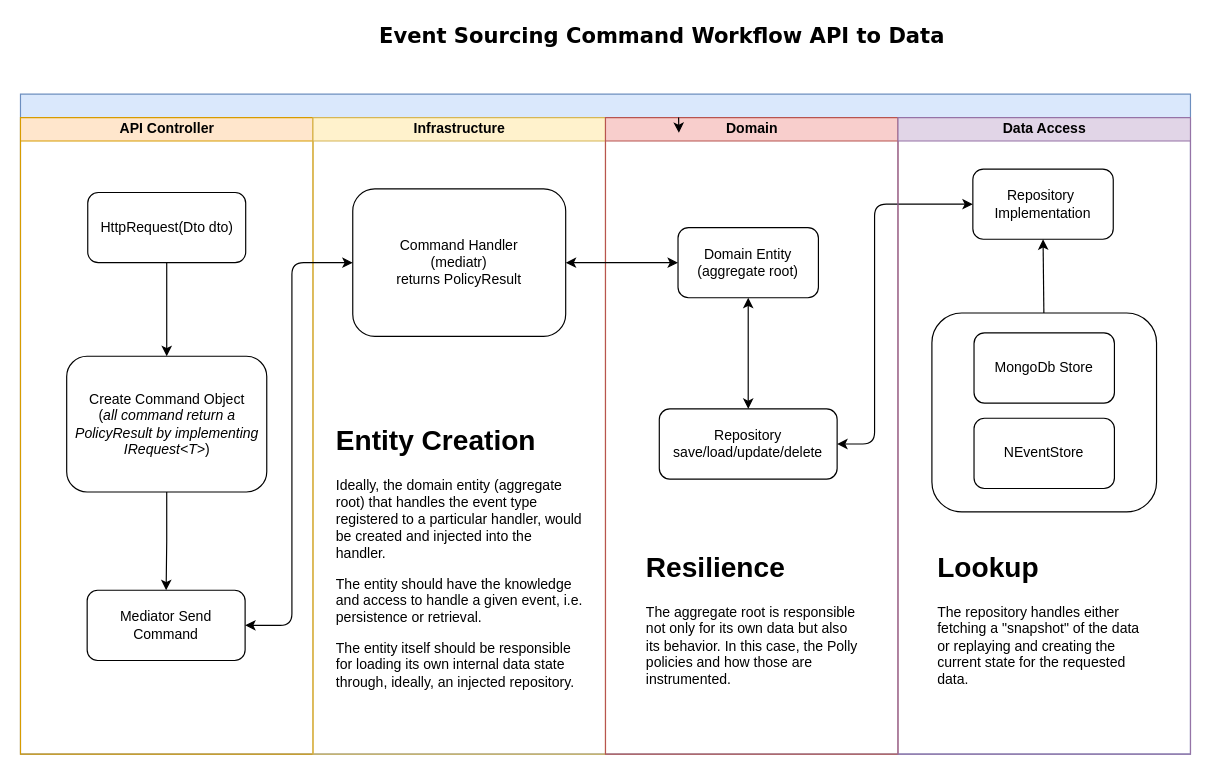
shoff/postmortem keeps this draw.io diagram as Documentation/post_mortem_command_flow_chart.drawio. Above is the earlier version. Source tidied: cells renumbered, new cells numbered last; positions are measured from the earlier drawing's top-left corner, leaving out a move shared by most shapes. Both pictures are drawn from the tidied source at 117%, with x=0, y=0 at pixel (20, 20).
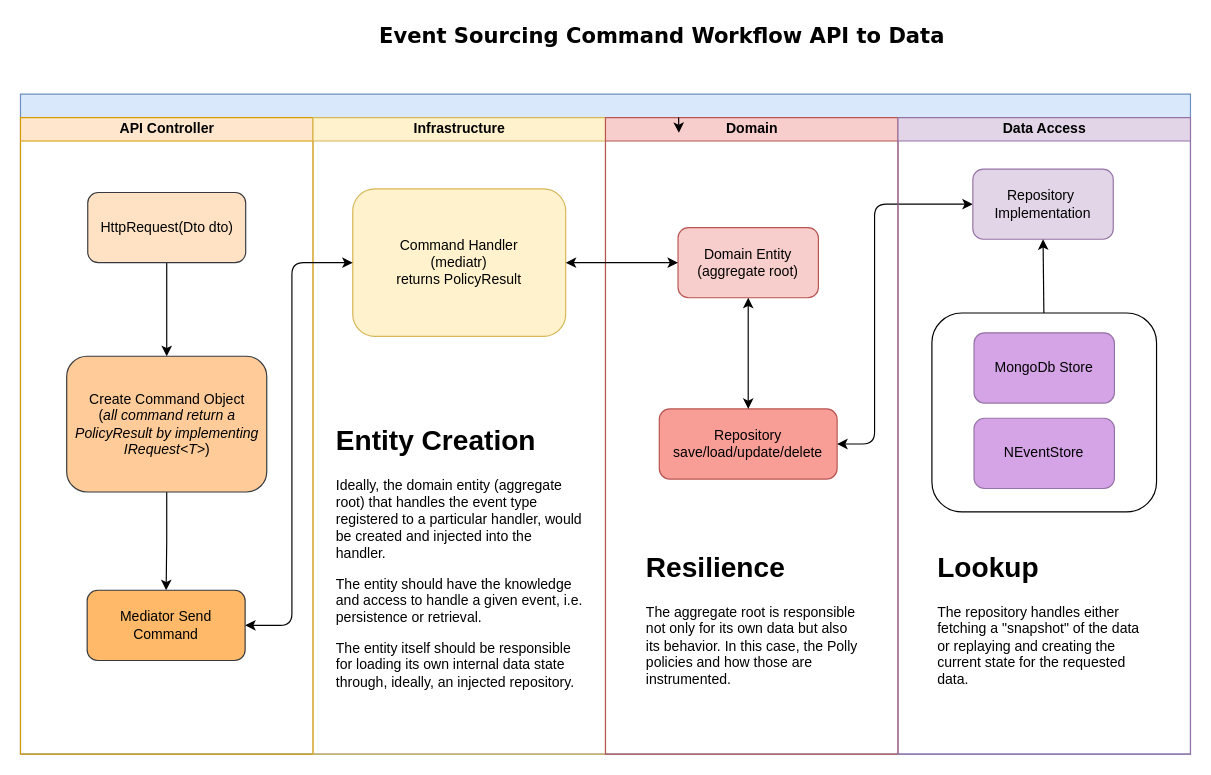
Above is the later version.

Commit message (it also covers changes not shown here):
Adding icons for the presentation and updating the query flow chart

Unchanged cells that the change refers to:
```xml
<mxCell id="3" value="API Controller" style="swimlane;html=1;startSize=20;fillColor=#ffe6cc;strokeColor=#d79b00;" parent="2" vertex="1">
  <mxGeometry y="20" width="250" height="544" as="geometry" />
</mxCell>
<mxCell id="9" value="Infrastructure" style="swimlane;html=1;startSize=20;fillColor=#fff2cc;strokeColor=#d6b656;" parent="2" vertex="1">
  <mxGeometry x="250" y="20" width="250" height="544" as="geometry" />
</mxCell>
<mxCell id="12" value="Domain" style="swimlane;html=1;startSize=20;fillColor=#f8cecc;strokeColor=#b85450;" parent="2" vertex="1">
  <mxGeometry x="500" y="20" width="250" height="544" as="geometry" />
</mxCell>
<mxCell id="21" value="Data Access" style="swimlane;html=1;startSize=20;fillColor=#e1d5e7;strokeColor=#9673a6;" parent="2" vertex="1">
  <mxGeometry x="750" y="20" width="250" height="544" as="geometry" />
</mxCell>
```

Change to the diagram source:
```diff
@@
-    <mxCell id="5" value="HttpRequest(Dto dto)" style="rounded=1;whiteSpace=wrap;html=1;" parent="3" vertex="1">
+    <mxCell id="5" value="HttpRequest(Dto dto)" style="rounded=1;whiteSpace=wrap;html=1;fillColor=#FFE2C4;strokeColor=#36393d;" parent="3" vertex="1">
       <mxGeometry x="57.5" y="64" width="135" height="60" as="geometry" />
     </mxCell>
@@
-    <mxCell id="7" value="Create Command Object&lt;br&gt;(&lt;i&gt;all command return a PolicyResult by implementing IRequest&amp;lt;T&amp;gt;&lt;/i&gt;)" style="rounded=1;whiteSpace=wrap;html=1;" parent="3" vertex="1">
+    <mxCell id="7" value="Create Command Object&lt;br&gt;(&lt;i&gt;all command return a PolicyResult by implementing IRequest&amp;lt;T&amp;gt;&lt;/i&gt;)" style="rounded=1;whiteSpace=wrap;html=1;fillColor=#ffcc99;strokeColor=#36393d;" parent="3" vertex="1">
       <mxGeometry x="39.5" y="204" width="171" height="116" as="geometry" />
     </mxCell>
-    <mxCell id="8" value="Mediator Send Command" style="rounded=1;whiteSpace=wrap;html=1;" parent="3" vertex="1">
+    <mxCell id="8" value="Mediator Send Command" style="rounded=1;whiteSpace=wrap;html=1;fillColor=#FFB969;strokeColor=#36393d;" parent="3" vertex="1">
       <mxGeometry x="57" y="404" width="135" height="60" as="geometry" />
     </mxCell>
@@
-    <mxCell id="10" value="Command Handler&lt;br&gt;(mediatr)&lt;br&gt;returns PolicyResult" style="rounded=1;whiteSpace=wrap;html=1;" parent="9" vertex="1">
+    <mxCell id="10" value="Command Handler&lt;br&gt;(mediatr)&lt;br&gt;returns PolicyResult" style="rounded=1;whiteSpace=wrap;html=1;fillColor=#fff2cc;strokeColor=#d6b656;" parent="9" vertex="1">
       <mxGeometry x="34" y="61" width="182" height="126" as="geometry" />
     </mxCell>
     <mxCell id="11" value="&lt;h1&gt;Entity Creation&lt;/h1&gt;&lt;p&gt;Ideally, the domain entity (aggregate root) that handles the event type registered to a particular handler, would be created and injected into the handler.&lt;/p&gt;&lt;p&gt;The entity should have the knowledge and access to handle a given event, i.e. persistence or retrieval.&lt;/p&gt;&lt;p&gt;The entity itself should be responsible for loading its own internal data state through, ideally, an injected repository.&lt;/p&gt;" style="text;html=1;strokeColor=none;fillColor=none;spacing=5;spacingTop=-20;whiteSpace=wrap;overflow=hidden;rounded=0;" parent="9" vertex="1">
-      <mxGeometry x="15" y="257" width="220" height="267" as="geometry" />
+      <mxGeometry x="15" y="257" width="220" height="243" as="geometry" />
     </mxCell>
@@
-    <mxCell id="13" value="Domain Entity&lt;br&gt;(aggregate root)" style="rounded=1;whiteSpace=wrap;html=1;" parent="12" vertex="1">
+    <mxCell id="13" value="Domain Entity&lt;br&gt;(aggregate root)" style="rounded=1;whiteSpace=wrap;html=1;fillColor=#f8cecc;strokeColor=#b85450;" parent="12" vertex="1">
       <mxGeometry x="62" y="94" width="120" height="60" as="geometry" />
     </mxCell>
-    <mxCell id="14" value="Repository save/load/update/delete" style="rounded=1;whiteSpace=wrap;html=1;" parent="12" vertex="1">
+    <mxCell id="14" value="Repository save/load/update/delete" style="rounded=1;whiteSpace=wrap;html=1;fillColor=#F89E97;strokeColor=#b85450;" parent="12" vertex="1">
       <mxGeometry x="46" y="249" width="152" height="60" as="geometry" />
     </mxCell>
@@
-    <mxCell id="22" value="Repository&amp;nbsp;&lt;br&gt;Implementation" style="rounded=1;whiteSpace=wrap;html=1;" parent="21" vertex="1">
+    <mxCell id="22" value="Repository&amp;nbsp;&lt;br&gt;Implementation" style="rounded=1;whiteSpace=wrap;html=1;fillColor=#e1d5e7;strokeColor=#9673a6;" parent="21" vertex="1">
       <mxGeometry x="64" y="44" width="120" height="60" as="geometry" />
     </mxCell>
@@
-    <mxCell id="25" style="group;" parent="21" vertex="1">
+    <mxCell id="25" style="group;fillColor=none;strokeColor=none;" parent="21" vertex="1">
       <mxGeometry x="29" y="167" width="192" height="170" as="geometry" />
     </mxCell>
@@
-    <mxCell id="27" value="NEventStore" style="rounded=1;whiteSpace=wrap;html=1;" parent="25" vertex="1">
+    <mxCell id="27" value="NEventStore" style="rounded=1;whiteSpace=wrap;html=1;fillColor=#D5A4E7;strokeColor=#9673a6;" parent="25" vertex="1">
       <mxGeometry x="36" y="90" width="120" height="60" as="geometry" />
     </mxCell>
-    <mxCell id="28" value="MongoDb Store" style="rounded=1;whiteSpace=wrap;html=1;" parent="25" vertex="1">
+    <mxCell id="28" value="MongoDb Store" style="rounded=1;whiteSpace=wrap;html=1;fillColor=#D5A4E7;strokeColor=#9673a6;" parent="25" vertex="1">
       <mxGeometry x="36" y="17" width="120" height="60" as="geometry" />
     </mxCell>
```
